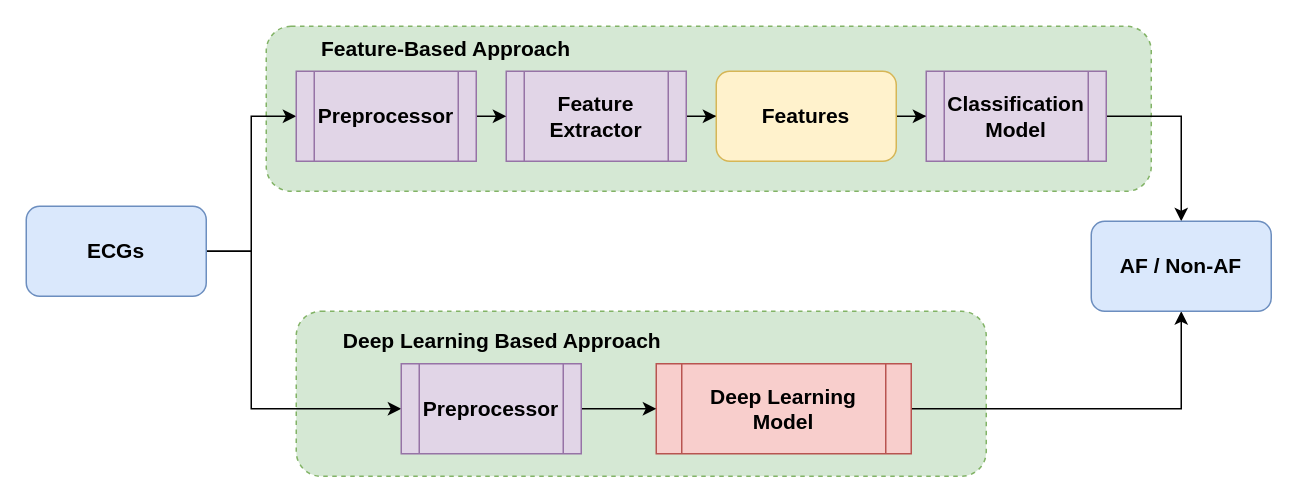
Earlier version of the draw.io diagram model-pipeline.drawio (kellydingzx/drawio). Source tidied: cells renumbered, new cells numbered last; positions are measured from the earlier drawing's top-left corner, leaving out a move shared by most shapes. Both pictures are drawn from the tidied source at 150%, with x=0, y=0 at pixel (26, 26).
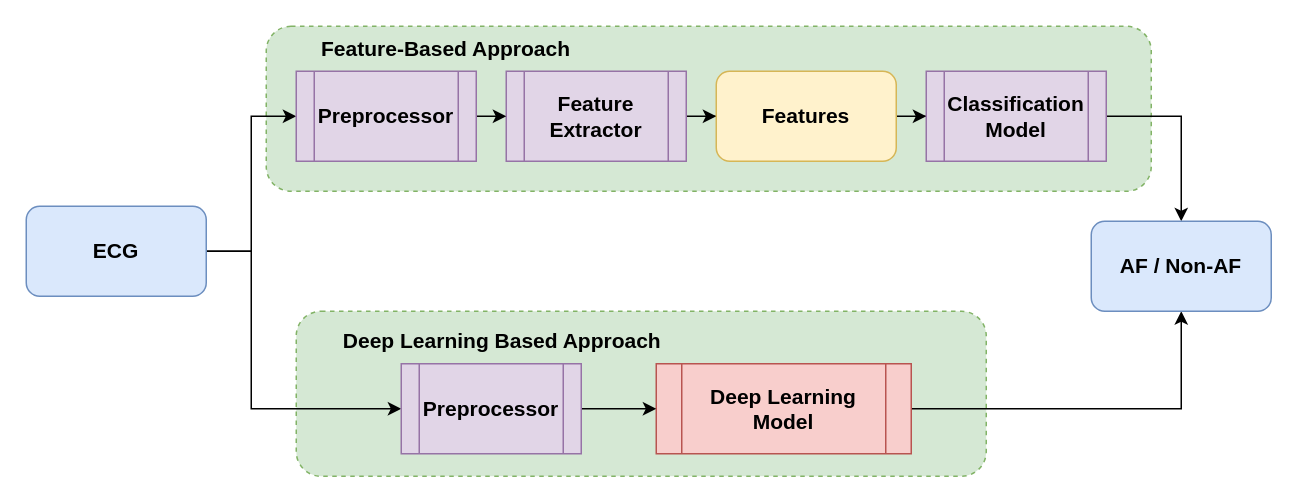
The same page after the edit.

Diff of the diagram source:
```diff
@@
-    <mxCell id="6" value="ECGs" style="rounded=1;whiteSpace=wrap;html=1;fillColor=#dae8fc;strokeColor=#6c8ebf;fontStyle=1;fontSize=14;" parent="1" vertex="1">
+    <mxCell id="6" value="ECG" style="rounded=1;whiteSpace=wrap;html=1;fillColor=#dae8fc;strokeColor=#6c8ebf;fontStyle=1;fontSize=14;" parent="1" vertex="1">
       <mxGeometry y="120" width="120" height="60" as="geometry" />
     </mxCell>
```
